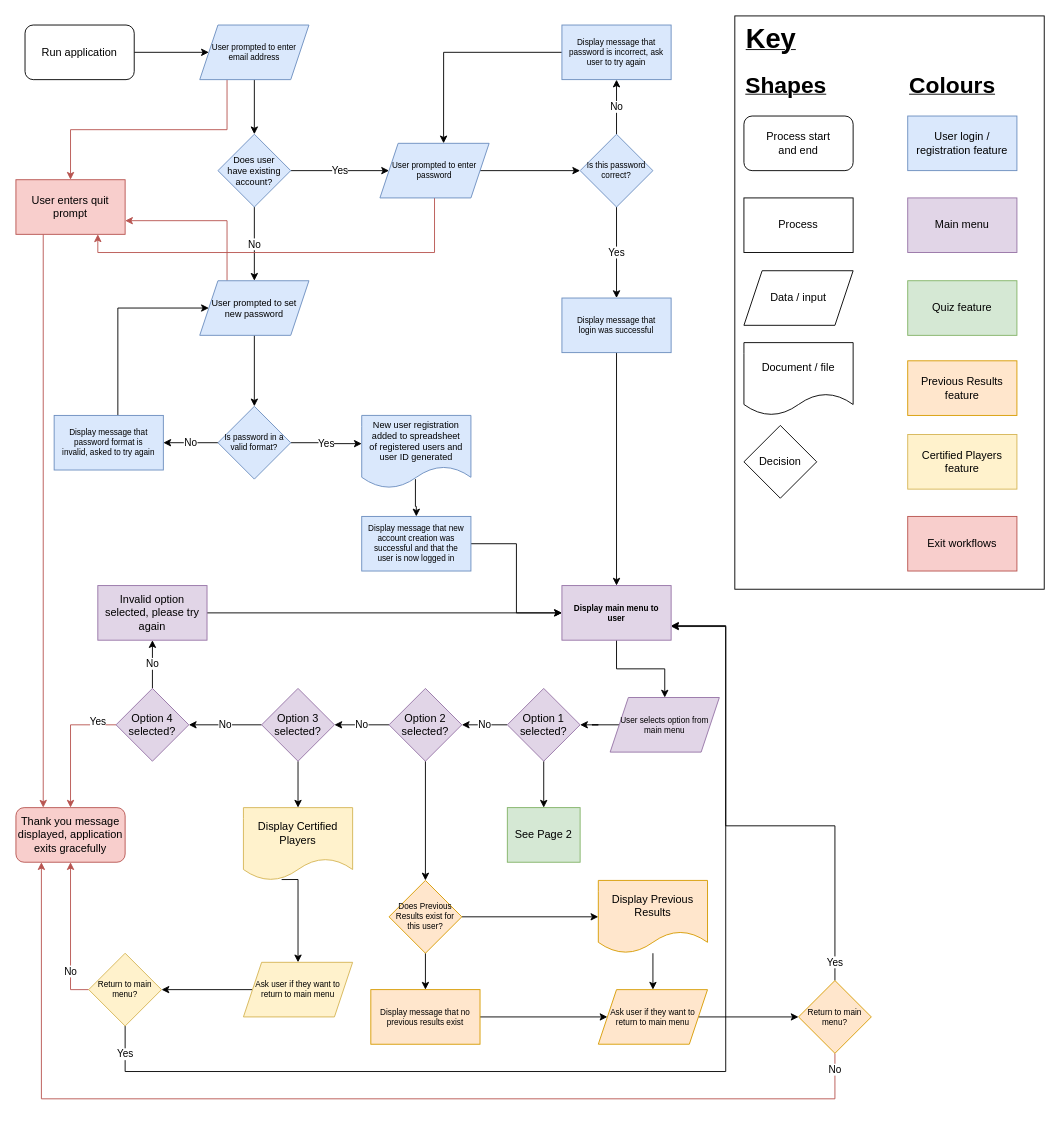
Before: page "Page-1" (1 of 2) of docs/T1A3 Flowchart.drawio in katielock92/CA-T1A3, a draw.io diagram. Source tidied: cells renumbered, new cells numbered last; positions are measured from the earlier drawing's top-left corner, leaving out a move shared by most shapes. Both pictures are drawn from the tidied source at 91%, with x=0, y=0 at pixel (15, 15).
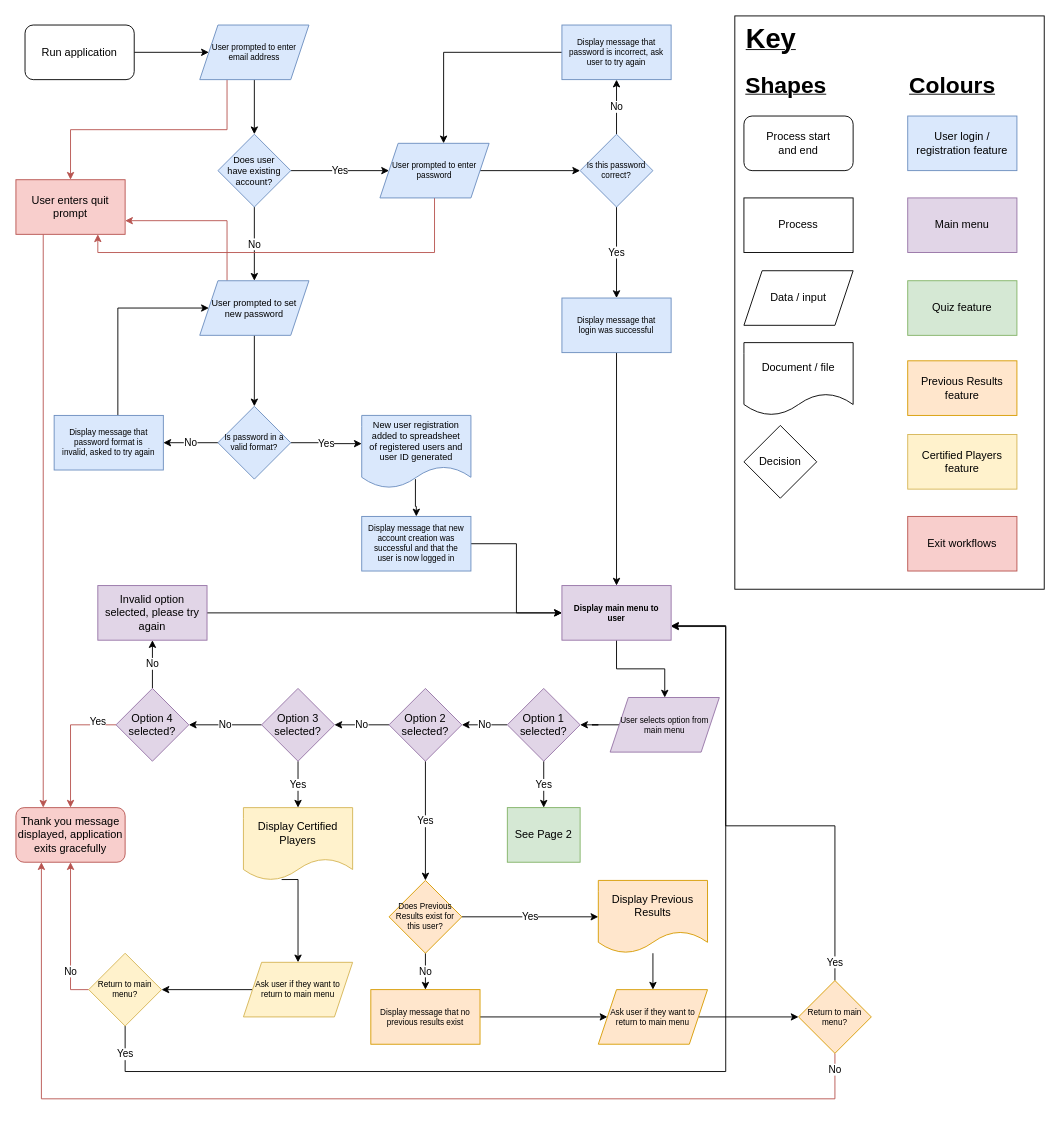
Above is the later version.

Unchanged cells that the change refers to:
```xml
<mxCell id="38" value="Option 1 selected?" style="rhombus;whiteSpace=wrap;html=1;fillColor=#e1d5e7;strokeColor=#9673a6;" parent="1" vertex="1">
  <mxGeometry x="540" y="739" width="80" height="80" as="geometry" />
</mxCell>
<mxCell id="41" value="Option 3 selected?" style="rhombus;whiteSpace=wrap;html=1;fillColor=#e1d5e7;strokeColor=#9673a6;" parent="1" vertex="1">
  <mxGeometry x="270" y="739" width="80" height="80" as="geometry" />
</mxCell>
<mxCell id="51" value="See Page 2" style="whiteSpace=wrap;html=1;fillColor=#d5e8d4;strokeColor=#82b366;" parent="1" vertex="1">
  <mxGeometry x="540" y="870" width="80" height="60" as="geometry" />
</mxCell>
<mxCell id="55" value="Option 2 selected?" style="rhombus;whiteSpace=wrap;html=1;fillColor=#e1d5e7;strokeColor=#9673a6;" parent="1" vertex="1">
  <mxGeometry x="410" y="739" width="80" height="80" as="geometry" />
</mxCell>
<mxCell id="58" value="Does Previous Results exist for this user?" style="rhombus;whiteSpace=wrap;html=1;fillColor=#ffe6cc;strokeColor=#d79b00;fontSize=9;spacingTop=6;spacingLeft=6;spacingBottom=6;spacingRight=6;" parent="1" vertex="1">
  <mxGeometry x="410" y="950" width="80" height="80" as="geometry" />
</mxCell>
<mxCell id="60" value="Display Certified Players" style="shape=document;whiteSpace=wrap;html=1;boundedLbl=1;fillColor=#fff2cc;strokeColor=#d6b656;" parent="1" vertex="1">
  <mxGeometry x="250" y="870" width="120" height="80" as="geometry" />
</mxCell>
<mxCell id="67" value="Display message that no previous results exist" style="whiteSpace=wrap;html=1;fontSize=9;fillColor=#ffe6cc;strokeColor=#d79b00;spacingTop=6;spacingLeft=6;spacingBottom=6;spacingRight=6;" parent="1" vertex="1">
  <mxGeometry x="390" y="1070" width="120" height="60" as="geometry" />
</mxCell>
<mxCell id="69" value="Display Previous Results" style="shape=document;whiteSpace=wrap;html=1;boundedLbl=1;fillColor=#ffe6cc;strokeColor=#d79b00;" parent="1" vertex="1">
  <mxGeometry x="640" y="950" width="120" height="80" as="geometry" />
</mxCell>
```

The edit, as a diff of the source:
```diff
@@
-    <mxCell id="36" style="edgeStyle=orthogonalEdgeStyle;rounded=0;jettySize=auto;html=1;" parent="1" edge="1" source="38" target="51">
+    <mxCell id="36" value="Yes" style="edgeStyle=orthogonalEdgeStyle;rounded=0;jettySize=auto;html=1;" parent="1" edge="1" source="38" target="51">
       <mxGeometry relative="1" as="geometry" />
     </mxCell>
@@
-    <mxCell id="40" style="edgeStyle=orthogonalEdgeStyle;rounded=0;jettySize=auto;html=1;" parent="1" edge="1" source="41" target="60">
+    <mxCell id="40" value="Yes" style="edgeStyle=orthogonalEdgeStyle;rounded=0;jettySize=auto;html=1;" parent="1" edge="1" source="41" target="60">
       <mxGeometry relative="1" as="geometry" />
     </mxCell>
@@
-    <mxCell id="54" style="edgeStyle=orthogonalEdgeStyle;rounded=0;jettySize=auto;html=1;" parent="1" edge="1" source="55" target="58">
+    <mxCell id="54" value="Yes" style="edgeStyle=orthogonalEdgeStyle;rounded=0;jettySize=auto;html=1;" parent="1" edge="1" source="55" target="58">
       <mxGeometry relative="1" as="geometry" />
     </mxCell>
@@
-    <mxCell id="56" style="edgeStyle=orthogonalEdgeStyle;rounded=0;jettySize=auto;html=1;" parent="1" edge="1" source="58" target="67">
+    <mxCell id="56" value="No" style="edgeStyle=orthogonalEdgeStyle;rounded=0;jettySize=auto;html=1;" parent="1" edge="1" source="58" target="67">
       <mxGeometry relative="1" as="geometry" />
     </mxCell>
-    <mxCell id="57" style="edgeStyle=orthogonalEdgeStyle;rounded=0;jettySize=auto;html=1;" parent="1" edge="1" source="58" target="69">
+    <mxCell id="57" value="Yes" style="edgeStyle=orthogonalEdgeStyle;rounded=0;jettySize=auto;html=1;" parent="1" edge="1" source="58" target="69">
       <mxGeometry relative="1" as="geometry" />
     </mxCell>
```
